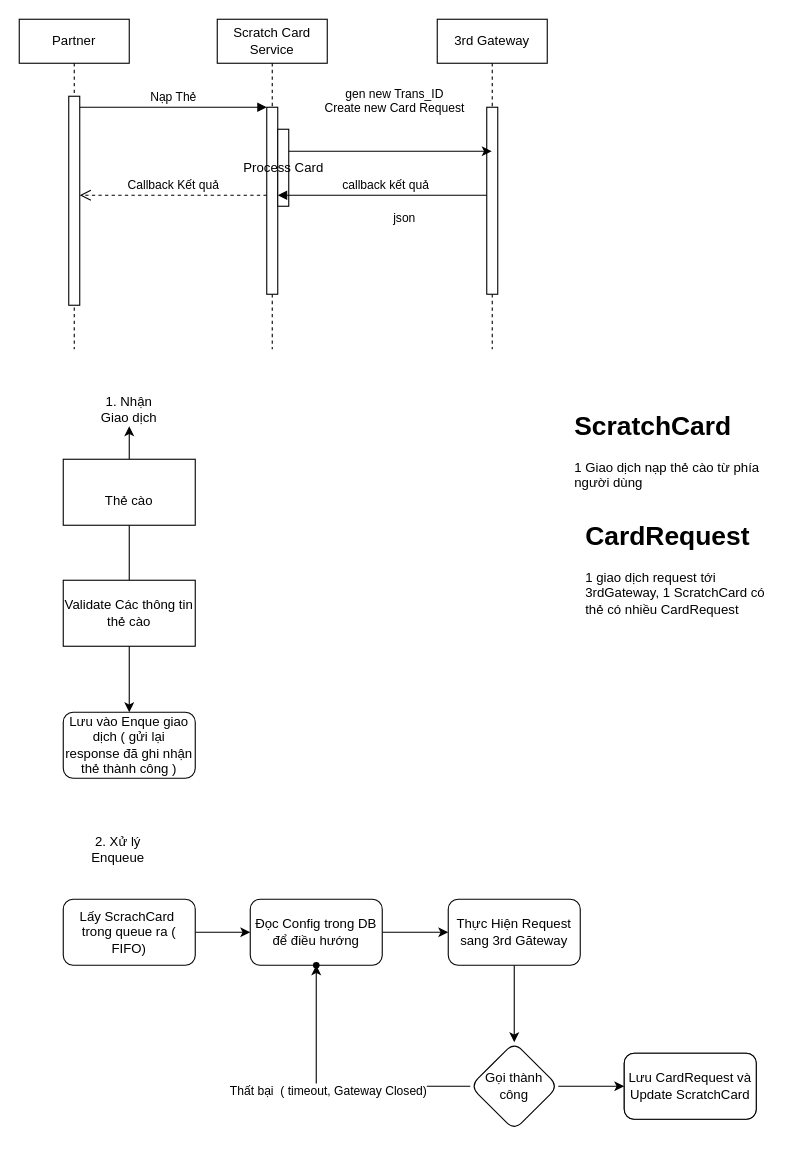
Before: banking_uml.drawio in bachdev/diagram, a draw.io diagram. Source tidied: cells renumbered, new cells numbered last; positions are measured from the earlier drawing's top-left corner, leaving out a move shared by most shapes. Both pictures are drawn from the tidied source at 110%, with x=0, y=0 at pixel (19, 19).
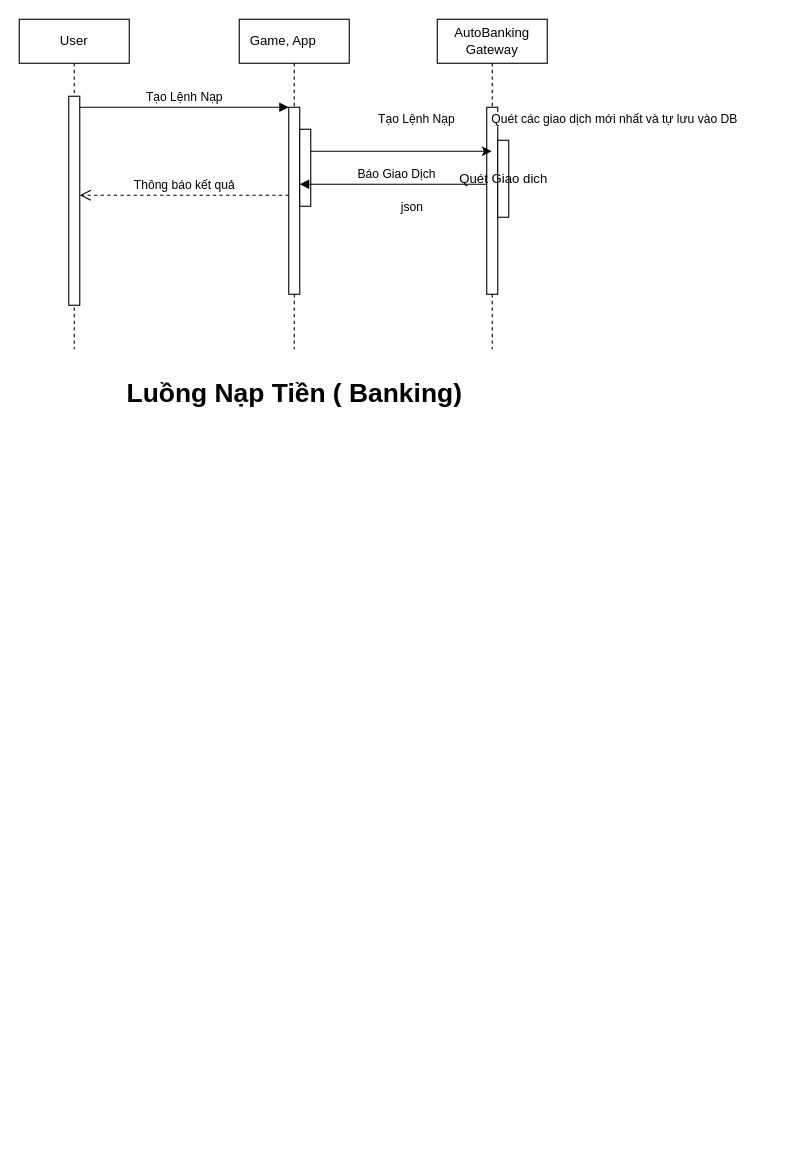
The same page after the edit.

Unchanged cells that the change refers to:
```xml
<mxCell id="3" style="html=1;points=[];perimeter=orthogonalPerimeter;outlineConnect=0;targetShapes=umlLifeline;portConstraint=eastwest;newEdgeStyle={&quot;edgeStyle&quot;:&quot;elbowEdgeStyle&quot;,&quot;elbow&quot;:&quot;vertical&quot;,&quot;curved&quot;:0,&quot;rounded&quot;:0};" parent="2" vertex="1">
  <mxGeometry x="45" y="70" width="10" height="190" as="geometry" />
</mxCell>
<mxCell id="5" style="html=1;points=[];perimeter=orthogonalPerimeter;outlineConnect=0;targetShapes=umlLifeline;portConstraint=eastwest;newEdgeStyle={&quot;edgeStyle&quot;:&quot;elbowEdgeStyle&quot;,&quot;elbow&quot;:&quot;vertical&quot;,&quot;curved&quot;:0,&quot;rounded&quot;:0};" parent="4" vertex="1">
  <mxGeometry x="45" y="80" width="10" height="170" as="geometry" />
</mxCell>
<mxCell id="13" style="edgeStyle=elbowEdgeStyle;rounded=0;jettySize=auto;html=1;elbow=vertical;curved=0;" parent="1" edge="1" source="6" target="11">
  <mxGeometry relative="1" as="geometry">
    <Array as="points">
      <mxPoint x="330" y="120" />
    </Array>
  </mxGeometry>
</mxCell>
```

What changed in the source:
```diff
@@
-    <mxCell id="2" value="Partner" style="shape=umlLifeline;perimeter=lifelinePerimeter;whiteSpace=wrap;html=1;newEdgeStyle={&quot;edgeStyle&quot;:&quot;elbowEdgeStyle&quot;,&quot;elbow&quot;:&quot;vertical&quot;,&quot;curved&quot;:0,&quot;rounded&quot;:0};" parent="1" vertex="1">
+    <mxCell id="2" value="User" style="shape=umlLifeline;perimeter=lifelinePerimeter;whiteSpace=wrap;html=1;newEdgeStyle={&quot;edgeStyle&quot;:&quot;elbowEdgeStyle&quot;,&quot;elbow&quot;:&quot;vertical&quot;,&quot;curved&quot;:0,&quot;rounded&quot;:0};" parent="1" vertex="1">
       <mxGeometry width="100" height="300" as="geometry" />
     </mxCell>
@@
-    <mxCell id="4" value="Scratch Card Service" style="shape=umlLifeline;perimeter=lifelinePerimeter;whiteSpace=wrap;html=1;newEdgeStyle={&quot;edgeStyle&quot;:&quot;elbowEdgeStyle&quot;,&quot;elbow&quot;:&quot;vertical&quot;,&quot;curved&quot;:0,&quot;rounded&quot;:0};" parent="1" vertex="1">
-      <mxGeometry x="180" width="100" height="300" as="geometry" />
+    <mxCell id="4" value="Game, App&lt;span style=&quot;white-space: pre;&quot;&gt;&#9;&lt;/span&gt;" style="shape=umlLifeline;perimeter=lifelinePerimeter;whiteSpace=wrap;html=1;newEdgeStyle={&quot;edgeStyle&quot;:&quot;elbowEdgeStyle&quot;,&quot;elbow&quot;:&quot;vertical&quot;,&quot;curved&quot;:0,&quot;rounded&quot;:0};labelBackgroundColor=none;" parent="1" vertex="1">
+      <mxGeometry x="200" width="100" height="300" as="geometry" />
     </mxCell>
@@
-    <mxCell id="6" value="Process Card" style="html=1;points=[];perimeter=orthogonalPerimeter;outlineConnect=0;targetShapes=umlLifeline;portConstraint=eastwest;newEdgeStyle={&quot;edgeStyle&quot;:&quot;elbowEdgeStyle&quot;,&quot;elbow&quot;:&quot;vertical&quot;,&quot;curved&quot;:0,&quot;rounded&quot;:0};" parent="4" vertex="1">
+    <mxCell id="6" style="html=1;points=[];perimeter=orthogonalPerimeter;outlineConnect=0;targetShapes=umlLifeline;portConstraint=eastwest;newEdgeStyle={&quot;edgeStyle&quot;:&quot;elbowEdgeStyle&quot;,&quot;elbow&quot;:&quot;vertical&quot;,&quot;curved&quot;:0,&quot;rounded&quot;:0};" parent="4" vertex="1">
       <mxGeometry x="55" y="100" width="10" height="70" as="geometry" />
     </mxCell>
-    <mxCell id="7" value="Nạp Thẻ" style="html=1;verticalAlign=bottom;endArrow=block;edgeStyle=elbowEdgeStyle;elbow=vertical;curved=0;rounded=0;" parent="1" edge="1" source="3" target="5">
+    <mxCell id="7" value="Tạo Lệnh Nạp" style="html=1;verticalAlign=bottom;endArrow=block;edgeStyle=elbowEdgeStyle;elbow=vertical;curved=0;rounded=0;" parent="1" edge="1" source="3" target="5">
       <mxGeometry relative="1" as="geometry">
         <Array as="points">
           <mxPoint x="140" y="80" />
         </Array>
       </mxGeometry>
     </mxCell>
-    <mxCell id="8" value="Callback Kết quả" style="html=1;verticalAlign=bottom;endArrow=open;dashed=1;endSize=8;edgeStyle=elbowEdgeStyle;elbow=vertical;curved=0;rounded=0;" parent="1" edge="1" source="5" target="3">
+    <mxCell id="8" value="Thông báo kết quả" style="html=1;verticalAlign=bottom;endArrow=open;dashed=1;endSize=8;edgeStyle=elbowEdgeStyle;elbow=vertical;curved=0;rounded=0;" parent="1" edge="1" source="5" target="3">
       <mxGeometry relative="1" as="geometry">
         <Array as="points">
           <mxPoint x="150" y="160" />
           <mxPoint x="150" y="240" />
         </Array>
       </mxGeometry>
     </mxCell>
-    <mxCell id="9" value="callback kết quả" style="html=1;verticalAlign=bottom;endArrow=block;edgeStyle=elbowEdgeStyle;elbow=vertical;curved=0;rounded=0;" parent="1" edge="1" source="11" target="5">
+    <mxCell id="9" value="Báo Giao Dịch" style="html=1;verticalAlign=bottom;endArrow=block;edgeStyle=elbowEdgeStyle;elbow=vertical;curved=0;rounded=0;" parent="1" edge="1" source="11" target="5">
       <mxGeometry relative="1" as="geometry">
         <Array as="points">
           <mxPoint x="250" y="160" />
         </Array>
       </mxGeometry>
     </mxCell>
@@
-    <mxCell id="11" value="3rd Gateway" style="shape=umlLifeline;perimeter=lifelinePerimeter;whiteSpace=wrap;html=1;outlineConnect=0;portConstraint=eastwest;newEdgeStyle={&quot;edgeStyle&quot;:&quot;elbowEdgeStyle&quot;,&quot;elbow&quot;:&quot;vertical&quot;,&quot;curved&quot;:0,&quot;rounded&quot;:0};" parent="1" vertex="1">
+    <mxCell id="11" value="AutoBanking Gateway" style="shape=umlLifeline;perimeter=lifelinePerimeter;whiteSpace=wrap;html=1;outlineConnect=0;portConstraint=eastwest;newEdgeStyle={&quot;edgeStyle&quot;:&quot;elbowEdgeStyle&quot;,&quot;elbow&quot;:&quot;vertical&quot;,&quot;curved&quot;:0,&quot;rounded&quot;:0};" parent="1" vertex="1">
       <mxGeometry x="380" width="100" height="300" as="geometry" />
     </mxCell>
@@
+    <mxCell id="37" value="Quét Giao dich" style="html=1;perimeter=orthogonalPerimeter;targetShapes=umlLifeline;newEdgeStyle={&quot;edgeStyle&quot;:&quot;elbowEdgeStyle&quot;,&quot;elbow&quot;:&quot;vertical&quot;,&quot;curved&quot;:0,&quot;rounded&quot;:0};" parent="11" vertex="1">
+      <mxGeometry x="55" y="110" width="10" height="70" as="geometry" />
+    </mxCell>
@@
-    <mxCell id="14" value="&lt;div&gt;gen new Trans_ID&lt;/div&gt;&lt;div&gt;Create new Card Request&lt;/div&gt;&lt;div&gt;&lt;br&gt;&lt;/div&gt;" style="edgeLabel;html=1;align=center;verticalAlign=middle;" parent="13" vertex="1">
+    <mxCell id="14" value="Quét các giao dịch mới nhất và tự lưu vào DB" style="edgeLabel;html=1;align=center;verticalAlign=middle;" parent="13" vertex="1">
       <mxGeometry x="0.06" y="1" relative="1" as="geometry">
-        <mxPoint x="-3" y="-39" as="offset" />
+        <mxPoint x="188" y="-29" as="offset" />
       </mxGeometry>
     </mxCell>
-    <mxCell id="15" style="edgeStyle=orthogonalEdgeStyle;rounded=0;jettySize=auto;html=1;entryX=0.5;entryY=0;entryDx=0;entryDy=0;" parent="1" edge="1" source="17" target="18">
-      <mxGeometry relative="1" as="geometry" />
-    </mxCell>
-    <mxCell id="16" style="edgeStyle=orthogonalEdgeStyle;rounded=0;jettySize=auto;html=1;" parent="1" edge="1" source="17" target="22">
-      <mxGeometry relative="1" as="geometry" />
-    </mxCell>
-    <mxCell id="17" value="&lt;div&gt;&amp;nbsp;&lt;br&gt;&lt;/div&gt;&lt;div&gt;Thẻ cào&lt;/div&gt;" style="rounded=0;whiteSpace=wrap;html=1;" parent="1" vertex="1">
-      <mxGeometry x="40" y="400" width="120" height="60" as="geometry" />
-    </mxCell>
-    <mxCell id="18" value="Lưu vào Enque giao dịch ( gửi lại response đã ghi nhận thẻ thành công )" style="rounded=1;whiteSpace=wrap;html=1;" parent="1" vertex="1">
-      <mxGeometry x="40" y="630" width="120" height="60" as="geometry" />
-    </mxCell>
-    <mxCell id="19" value="&lt;h1&gt;ScratchCard&lt;br&gt;&lt;/h1&gt;&lt;p&gt;1 Giao dịch nạp thẻ cào từ phía người dùng&lt;br&gt;&lt;/p&gt;" style="text;html=1;strokeColor=none;fillColor=none;spacing=5;spacingTop=-20;whiteSpace=wrap;overflow=hidden;rounded=0;" parent="1" vertex="1">
-      <mxGeometry x="500" y="350" width="190" height="120" as="geometry" />
-    </mxCell>
-    <mxCell id="20" value="&lt;h1&gt;CardRequest&lt;br&gt;&lt;/h1&gt;&lt;p&gt;1 giao dịch request tới 3rdGateway, 1 ScratchCard có thẻ có nhiều CardRequest&lt;br&gt;&lt;/p&gt;" style="text;html=1;strokeColor=none;fillColor=none;spacing=5;spacingTop=-20;whiteSpace=wrap;overflow=hidden;rounded=0;" parent="1" vertex="1">
-      <mxGeometry x="510" y="450" width="190" height="120" as="geometry" />
-    </mxCell>
-    <mxCell id="21" value="Validate Các thông tin thẻ cào" style="rounded=0;whiteSpace=wrap;html=1;" parent="1" vertex="1">
-      <mxGeometry x="40" y="510" width="120" height="60" as="geometry" />
-    </mxCell>
-    <mxCell id="22" value="1. Nhận Giao dịch" style="text;html=1;strokeColor=none;fillColor=none;align=center;verticalAlign=middle;whiteSpace=wrap;rounded=0;" parent="1" vertex="1">
-      <mxGeometry x="70" y="340" width="60" height="30" as="geometry" />
-    </mxCell>
-    <mxCell id="23" value="2. Xử lý Enqueue" style="text;html=1;strokeColor=none;fillColor=none;align=center;verticalAlign=middle;whiteSpace=wrap;rounded=0;" parent="1" vertex="1">
-      <mxGeometry x="60" y="740" width="60" height="30" as="geometry" />
-    </mxCell>
-    <mxCell id="24" style="edgeStyle=orthogonalEdgeStyle;rounded=0;jettySize=auto;html=1;" parent="1" edge="1" source="25" target="27">
-      <mxGeometry relative="1" as="geometry" />
-    </mxCell>
-    <mxCell id="25" value="Lấy ScrachCard&amp;nbsp; trong queue ra ( FIFO)" style="rounded=1;whiteSpace=wrap;html=1;" parent="1" vertex="1">
-      <mxGeometry x="40" y="800" width="120" height="60" as="geometry" />
-    </mxCell>
-    <mxCell id="26" style="edgeStyle=orthogonalEdgeStyle;rounded=0;jettySize=auto;html=1;" parent="1" edge="1" source="27" target="29">
-      <mxGeometry relative="1" as="geometry" />
-    </mxCell>
-    <mxCell id="27" value="Đọc Config trong DB để điều hướng " style="rounded=1;whiteSpace=wrap;html=1;" parent="1" vertex="1">
-      <mxGeometry x="210" y="800" width="120" height="60" as="geometry" />
-    </mxCell>
-    <mxCell id="28" style="edgeStyle=orthogonalEdgeStyle;rounded=0;jettySize=auto;html=1;" parent="1" edge="1" source="29" target="33">
-      <mxGeometry relative="1" as="geometry" />
-    </mxCell>
-    <mxCell id="29" value="Thực Hiện Request sang 3rd Găteway" style="rounded=1;whiteSpace=wrap;html=1;" parent="1" vertex="1">
-      <mxGeometry x="390" y="800" width="120" height="60" as="geometry" />
-    </mxCell>
-    <mxCell id="30" style="edgeStyle=orthogonalEdgeStyle;rounded=0;jettySize=auto;html=1;" parent="1" edge="1" source="33" target="34">
-      <mxGeometry relative="1" as="geometry" />
-    </mxCell>
-    <mxCell id="31" style="edgeStyle=orthogonalEdgeStyle;rounded=0;jettySize=auto;html=1;" parent="1" edge="1" source="33" target="35">
-      <mxGeometry relative="1" as="geometry" />
-    </mxCell>
-    <mxCell id="32" value="&lt;div&gt;Thất bại&amp;nbsp; ( timeout, Gateway Closed)&lt;/div&gt;&lt;div&gt;&lt;br&gt;&lt;/div&gt;" style="edgeLabel;html=1;align=center;verticalAlign=middle;" parent="31" vertex="1">
-      <mxGeometry x="-0.52" y="-2" relative="1" as="geometry">
-        <mxPoint x="-70" y="12" as="offset" />
-      </mxGeometry>
-    </mxCell>
-    <mxCell id="33" value="Gọi thành công" style="rhombus;whiteSpace=wrap;html=1;rounded=1;" parent="1" vertex="1">
-      <mxGeometry x="410" y="930" width="80" height="80" as="geometry" />
-    </mxCell>
-    <mxCell id="34" style="rounded=1;whiteSpace=wrap;html=1;" parent="1" vertex="1">
-      <mxGeometry x="550" y="940" width="120" height="60" as="geometry" />
-    </mxCell>
-    <mxCell id="35" style="shape=waypoint;sketch=0;size=6;points=[];fillColor=default;perimeter=centerPerimeter;snapToPoint=1;rounded=1;" parent="1" vertex="1">
-      <mxGeometry x="260" y="850" width="20" height="20" as="geometry" />
-    </mxCell>
-    <mxCell id="36" value="Lưu CardRequest và Update ScratchCard " style="rounded=1;whiteSpace=wrap;html=1;" parent="1" vertex="1">
-      <mxGeometry x="550" y="940" width="120" height="60" as="geometry" />
-    </mxCell>
+    <mxCell id="38" value="Tạo Lệnh Nạp" style="edgeLabel;html=1;align=center;verticalAlign=middle;" parent="13" vertex="1">
+      <mxGeometry x="0.09" y="-2" relative="1" as="geometry">
+        <mxPoint x="5" y="-32" as="offset" />
+      </mxGeometry>
+    </mxCell>
+    <mxCell id="39" value="Luồng Nạp Tiền ( Banking)" style="text;strokeColor=none;fillColor=none;html=1;fontSize=24;fontStyle=1;verticalAlign=middle;align=center;" parent="1" vertex="1">
+      <mxGeometry x="200" y="320" width="100" height="40" as="geometry" />
+    </mxCell>
```
